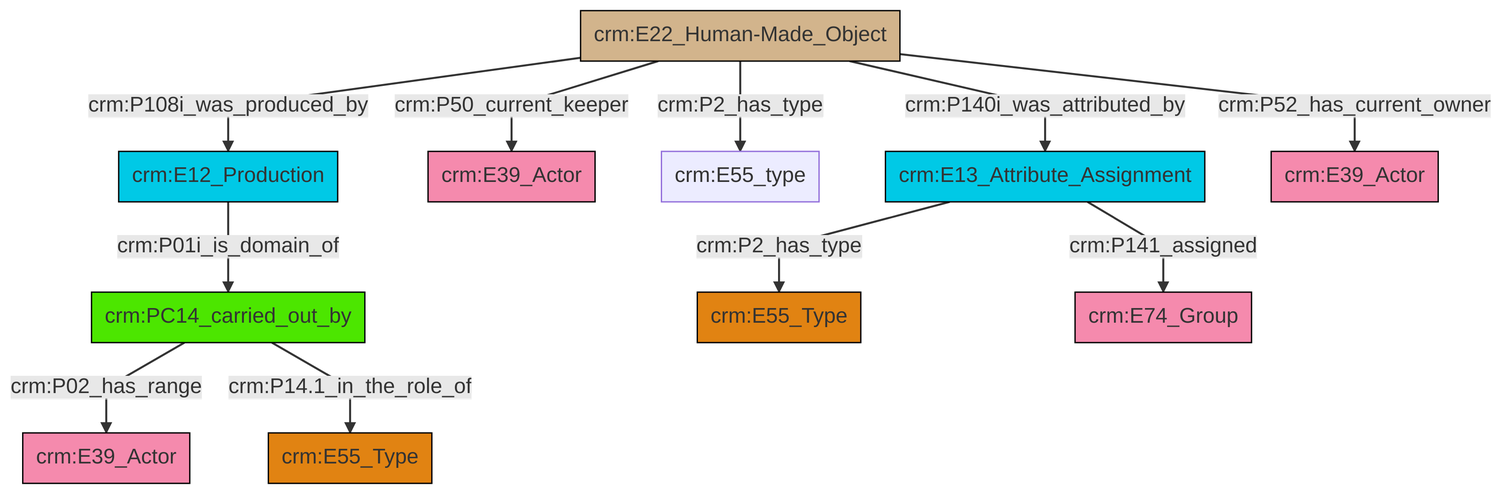
swiss-art-research-net/docs.swissartresearch keeps this Mermaid diagram as et/artworkCSV/ttl/mmd/png/Artwork_Actor_Relations.png. Above is the earlier version. Its source is kept beside it as et/artworkCSV/ttl/mmd/Artwork_Actor_Relations.ttl.mmd.
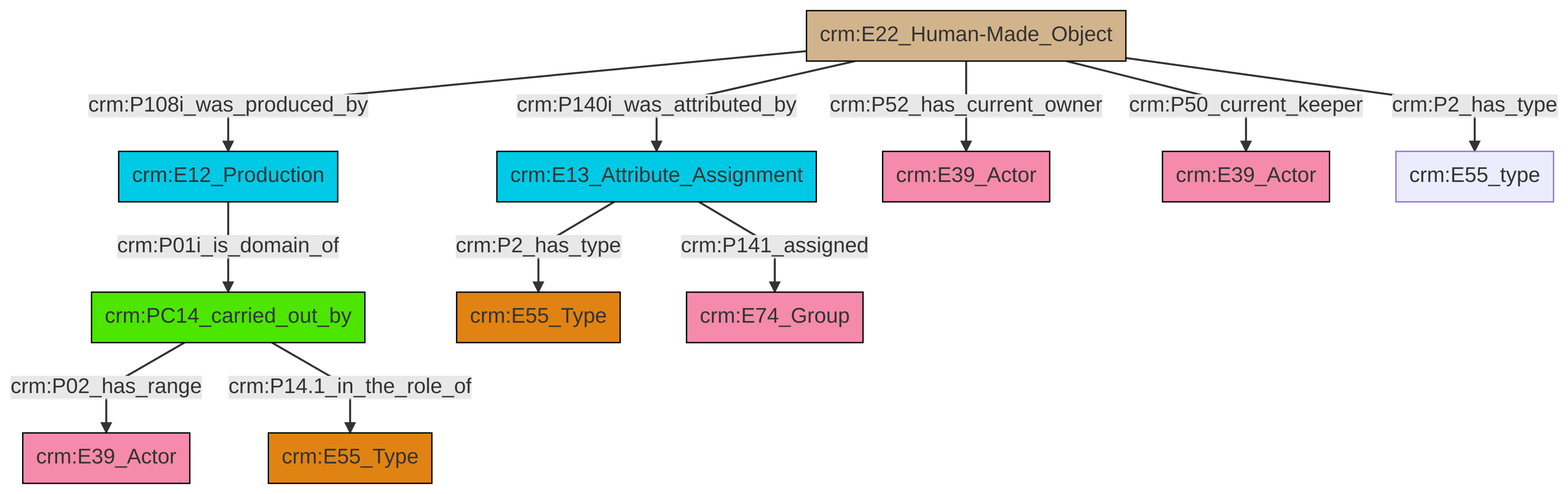
Later version of the same file.

The edit, as a diff of the source:
```diff
@@ -13,13 +13,13 @@
 classDef PC_Classes fill:#4ce600, stroke:#000000;
 classDef Multi fill:#cccccc,stroke:#000000;
 
-0["crm:E12_Production"]:::Temporal_Entity -->|crm:P01i_is_domain_of| 1["crm:PC14_carried_out_by"]:::PC_Classes
-1["crm:PC14_carried_out_by"]:::PC_Classes -->|crm:P02_has_range| 3["crm:E39_Actor"]:::Actor
-1["crm:PC14_carried_out_by"]:::PC_Classes -->|crm:P14.1_in_the_role_of| 4["crm:E55_Type"]:::Type
-5["crm:E22_Human-Made_Object"]:::Physical_Thing -->|crm:P50_current_keeper| 6["crm:E39_Actor"]:::Actor
-9["crm:E13_Attribute_Assignment"]:::Temporal_Entity -->|crm:P2_has_type| 10["crm:E55_Type"]:::Type
-5["crm:E22_Human-Made_Object"]:::Physical_Thing -->|crm:P52_has_current_owner| 11["crm:E39_Actor"]:::Actor
-9["crm:E13_Attribute_Assignment"]:::Temporal_Entity -->|crm:P141_assigned| 16["crm:E74_Group"]:::Actor
-5["crm:E22_Human-Made_Object"]:::Physical_Thing -->|crm:P140i_was_attributed_by| 9["crm:E13_Attribute_Assignment"]:::Temporal_Entity
-5["crm:E22_Human-Made_Object"]:::Physical_Thing -->|crm:P2_has_type| 7["crm:E55_type"]:::Default
-5["crm:E22_Human-Made_Object"]:::Physical_Thing -->|crm:P108i_was_produced_by| 0["crm:E12_Production"]:::Temporal_Entity
+0["crm:PC14_carried_out_by"]:::PC_Classes -->|crm:P02_has_range| 1["crm:E39_Actor"]:::Actor
+2["crm:E12_Production"]:::Temporal_Entity -->|crm:P01i_is_domain_of| 0["crm:PC14_carried_out_by"]:::PC_Classes
+0["crm:PC14_carried_out_by"]:::PC_Classes -->|crm:P14.1_in_the_role_of| 8["crm:E55_Type"]:::Type
+4["crm:E22_Human-Made_Object"]:::Physical_Thing -->|crm:P108i_was_produced_by| 2["crm:E12_Production"]:::Temporal_Entity
+4["crm:E22_Human-Made_Object"]:::Physical_Thing -->|crm:P52_has_current_owner| 11["crm:E39_Actor"]:::Actor
+4["crm:E22_Human-Made_Object"]:::Physical_Thing -->|crm:P140i_was_attributed_by| 6["crm:E13_Attribute_Assignment"]:::Temporal_Entity
+4["crm:E22_Human-Made_Object"]:::Physical_Thing -->|crm:P50_current_keeper| 13["crm:E39_Actor"]:::Actor
+6["crm:E13_Attribute_Assignment"]:::Temporal_Entity -->|crm:P2_has_type| 9["crm:E55_Type"]:::Type
+6["crm:E13_Attribute_Assignment"]:::Temporal_Entity -->|crm:P141_assigned| 16["crm:E74_Group"]:::Actor
+4["crm:E22_Human-Made_Object"]:::Physical_Thing -->|crm:P2_has_type| 21["crm:E55_type"]:::Default
```
